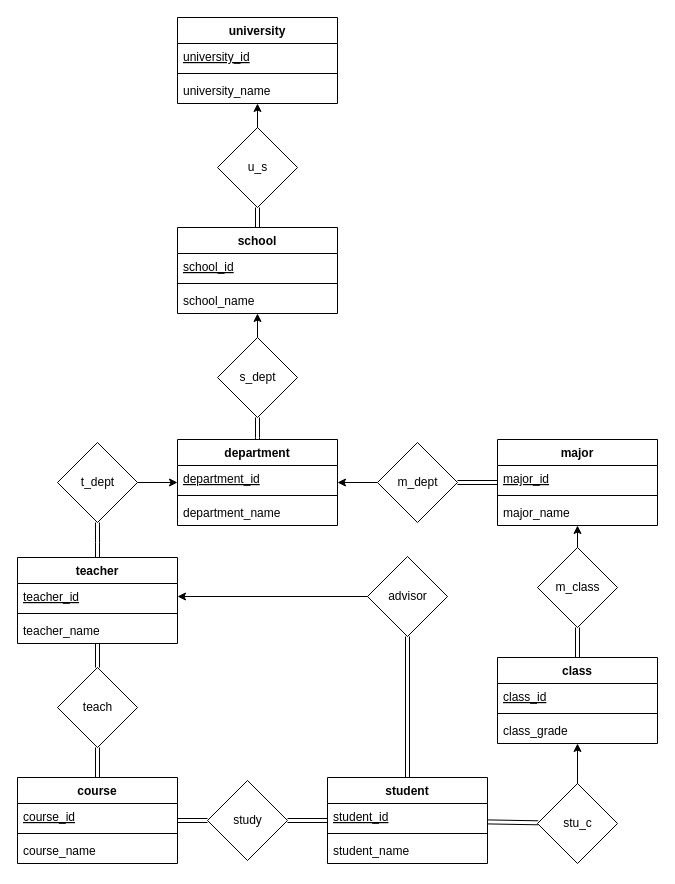
Earlier version of the draw.io diagram page "Page-1" (1 of 2) of Untitled Diagram.drawio (Aurora121/Aurora121.github.io). Source tidied: cells renumbered, new cells numbered last; positions are measured from the earlier drawing's top-left corner, leaving out a move shared by most shapes. Both pictures are drawn from the tidied source at 100%, with x=0, y=0 at pixel (17, 17).
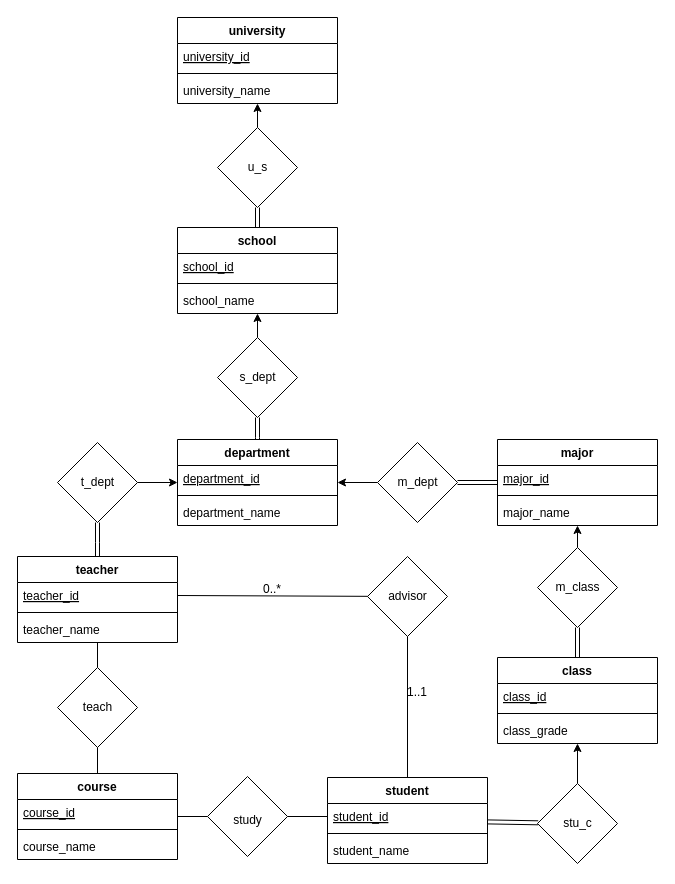
Above is the later version.

Unchanged cells that the change refers to:
```xml
<mxCell id="31" value="teacher_id" style="text;strokeColor=none;fillColor=none;align=left;verticalAlign=top;spacingLeft=4;spacingRight=4;overflow=hidden;points=[[0,0.5],[1,0.5]];portConstraint=eastwest;fontStyle=4;" parent="30" vertex="1">
  <mxGeometry y="26" width="160" height="26" as="geometry" />
</mxCell>
<mxCell id="33" value="teacher_name" style="text;strokeColor=none;fillColor=none;align=left;verticalAlign=top;spacingLeft=4;spacingRight=4;overflow=hidden;points=[[0,0.5],[1,0.5]];portConstraint=eastwest;" parent="30" vertex="1">
  <mxGeometry y="60" width="160" height="26" as="geometry" />
</mxCell>
<mxCell id="35" style="rhombus;whiteSpace=wrap;html=1;verticalAlign=top;fontStyle=1;startSize=26;" parent="1" vertex="1">
  <mxGeometry x="40" y="650" width="80" height="80" as="geometry" />
</mxCell>
<mxCell id="46" value="student" style="swimlane;fontStyle=1;align=center;verticalAlign=top;horizontal=1;startSize=26;strokeColor=default;" parent="1" vertex="1">
  <mxGeometry x="310" y="760" width="160" height="86" as="geometry" />
</mxCell>
<mxCell id="47" value="student_id" style="text;strokeColor=none;fillColor=none;align=left;verticalAlign=top;spacingLeft=4;spacingRight=4;overflow=hidden;points=[[0,0.5],[1,0.5]];portConstraint=eastwest;fontStyle=4;" parent="46" vertex="1">
  <mxGeometry y="26" width="160" height="26" as="geometry" />
</mxCell>
<mxCell id="60" style="rhombus;whiteSpace=wrap;html=1;verticalAlign=top;fontStyle=1;startSize=26;" parent="1" vertex="1">
  <mxGeometry x="350" y="539" width="80" height="80" as="geometry" />
</mxCell>
```

What changed in the source:
```diff
@@
     <mxCell id="30" value="teacher" style="swimlane;fontStyle=1;align=center;verticalAlign=top;horizontal=1;startSize=26;strokeColor=default;" parent="1" vertex="1">
-      <mxGeometry y="540" width="160" height="86" as="geometry" />
+      <mxGeometry y="539" width="160" height="86" as="geometry" />
     </mxCell>
@@
-    <mxCell id="34" style="edgeStyle=none;shape=link;rounded=0;jettySize=auto;html=1;" parent="1" edge="1" source="35" target="33">
-      <mxGeometry relative="1" as="geometry" />
-    </mxCell>
@@
-    <mxCell id="36" style="edgeStyle=none;shape=link;rounded=0;jettySize=auto;html=1;" parent="1" edge="1" source="38" target="35">
-      <mxGeometry relative="1" as="geometry" />
-    </mxCell>
-    <mxCell id="37" style="edgeStyle=none;shape=link;rounded=0;jettySize=auto;html=1;" parent="1" edge="1" source="38" target="42">
-      <mxGeometry relative="1" as="geometry" />
-    </mxCell>
     <mxCell id="38" value="course" style="swimlane;fontStyle=1;align=center;verticalAlign=top;horizontal=1;startSize=26;strokeColor=default;" parent="1" vertex="1">
-      <mxGeometry y="760" width="160" height="86" as="geometry" />
+      <mxGeometry y="756" width="160" height="86" as="geometry" />
     </mxCell>
@@
     <mxCell id="42" style="rhombus;whiteSpace=wrap;html=1;verticalAlign=top;fontStyle=1;startSize=26;" parent="1" vertex="1">
-      <mxGeometry x="190" y="763" width="80" height="80" as="geometry" />
+      <mxGeometry x="190" y="759" width="80" height="80" as="geometry" />
     </mxCell>
-    <mxCell id="43" style="edgeStyle=none;shape=link;rounded=0;jettySize=auto;html=1;" parent="1" edge="1" source="46" target="42">
-      <mxGeometry relative="1" as="geometry" />
-    </mxCell>
@@
-    <mxCell id="45" style="edgeStyle=none;shape=link;rounded=0;jettySize=auto;html=1;" parent="1" edge="1" source="46" target="60">
-      <mxGeometry relative="1" as="geometry" />
-    </mxCell>
@@
-    <mxCell id="59" style="edgeStyle=none;rounded=0;jettySize=auto;html=1;entryX=1;entryY=0.5;entryDx=0;entryDy=0;" parent="1" edge="1" source="60" target="31">
-      <mxGeometry relative="1" as="geometry" />
-    </mxCell>
@@
+    <mxCell id="71" style="endArrow=none;html=1;rounded=0;exitX=1;exitY=0.5;exitDx=0;exitDy=0;" parent="1" edge="1" source="31" target="60">
+      <mxGeometry relative="1" as="geometry" />
+    </mxCell>
+    <mxCell id="72" value="0..*" style="html=1;align=right;verticalAlign=bottom;strokeColor=#000000;" parent="71" vertex="1">
+      <mxGeometry x="1" relative="1" as="geometry">
+        <mxPoint x="-86" y="1" as="offset" />
+      </mxGeometry>
+    </mxCell>
+    <mxCell id="45" style="endArrow=none;html=1;rounded=0;exitX=0.5;exitY=0;exitDx=0;exitDy=0;entryX=0.5;entryY=1;entryDx=0;entryDy=0;" parent="1" edge="1" source="46" target="60">
+      <mxGeometry relative="1" as="geometry" />
+    </mxCell>
+    <mxCell id="73" value="1..1" style="html=1;align=right;verticalAlign=bottom;strokeColor=#000000;" parent="45" vertex="1">
+      <mxGeometry x="1" relative="1" as="geometry">
+        <mxPoint x="20" y="64" as="offset" />
+      </mxGeometry>
+    </mxCell>
+    <mxCell id="74" style="endArrow=none;html=1;rounded=0;entryX=0.5;entryY=0;entryDx=0;entryDy=0;" parent="1" edge="1" source="30" target="35">
+      <mxGeometry relative="1" as="geometry" />
+    </mxCell>
+    <mxCell id="75" style="endArrow=none;html=1;rounded=0;exitX=0.5;exitY=1;exitDx=0;exitDy=0;entryX=0.5;entryY=0;entryDx=0;entryDy=0;" parent="1" edge="1" source="35" target="38">
+      <mxGeometry relative="1" as="geometry" />
+    </mxCell>
+    <mxCell id="76" style="endArrow=none;html=1;rounded=0;entryX=0;entryY=0.5;entryDx=0;entryDy=0;" parent="1" edge="1" target="42">
+      <mxGeometry relative="1" as="geometry">
+        <mxPoint x="160" y="799" as="sourcePoint" />
+      </mxGeometry>
+    </mxCell>
+    <mxCell id="77" style="endArrow=none;html=1;rounded=0;entryX=1;entryY=0.5;entryDx=0;entryDy=0;exitX=0;exitY=0.5;exitDx=0;exitDy=0;" parent="1" edge="1" source="47" target="42">
+      <mxGeometry relative="1" as="geometry" />
+    </mxCell>
```
